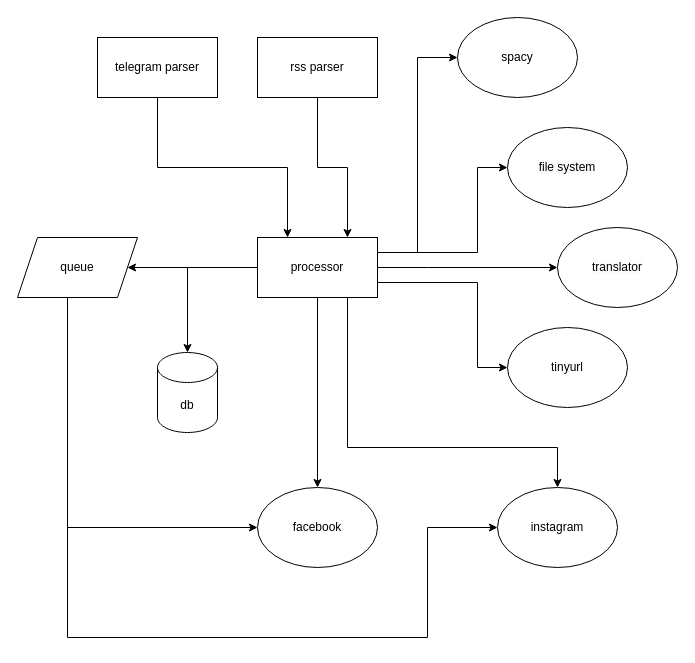
Before: schema.drawio in nikit34/bot-portugal-news, a draw.io diagram. Source tidied: cells renumbered, new cells numbered last; positions are measured from the earlier drawing's top-left corner, leaving out a move shared by most shapes. Both pictures are drawn from the tidied source at 100%, with x=0, y=0 at pixel (17, 17).
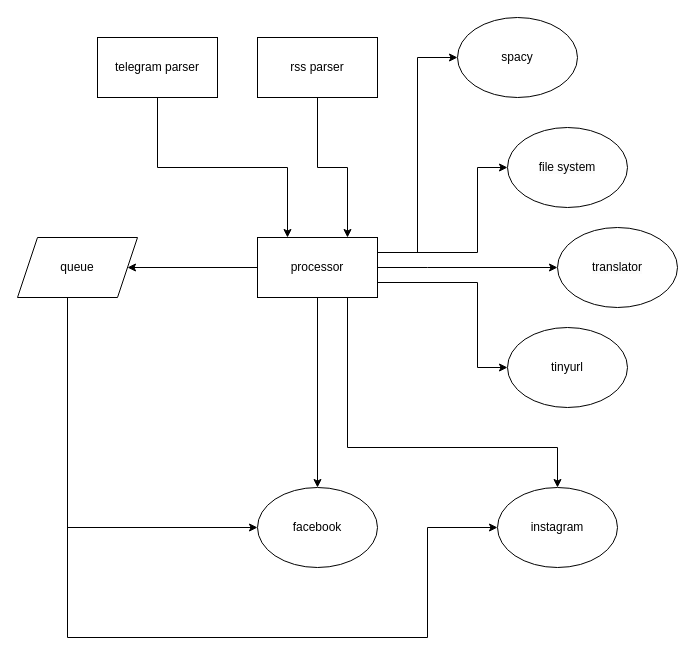
The same diagram, later.

Unchanged cells that the change refers to:
```xml
<mxCell id="10" value="processor" style="rounded=0;whiteSpace=wrap;html=1;" parent="1" vertex="1">
  <mxGeometry x="240" y="220" width="120" height="60" as="geometry" />
</mxCell>
```

The edit, as a diff of the source:
```diff
@@
-    <mxCell id="9" style="edgeStyle=orthogonalEdgeStyle;rounded=0;jettySize=auto;html=1;" parent="1" edge="1" source="10" target="24">
-      <mxGeometry relative="1" as="geometry" />
-    </mxCell>
@@
-    <mxCell id="24" value="db" style="shape=cylinder3;whiteSpace=wrap;html=1;boundedLbl=1;backgroundOutline=1;size=15;" parent="1" vertex="1">
-      <mxGeometry x="140" y="335" width="60" height="80" as="geometry" />
-    </mxCell>
```
